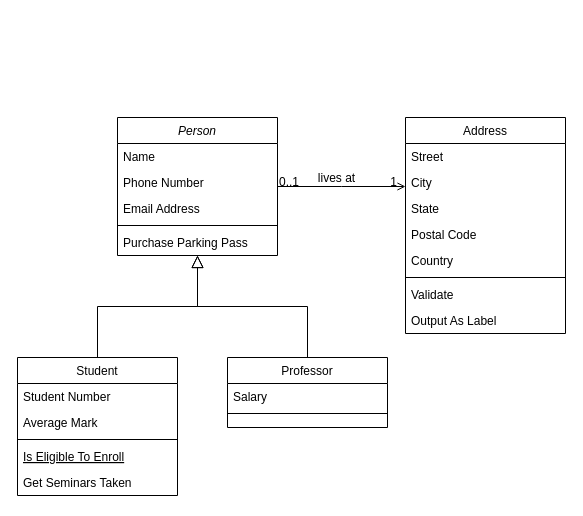
Above: Diagramme sans nom.drawio in Youpidhou/Fortis_Bank (draw.io), before the change. Source tidied: cells renumbered, new cells numbered last; positions are measured from the earlier drawing's top-left corner, leaving out a move shared by most shapes. Both pictures are drawn from the tidied source at 100%, with x=0, y=0 at pixel (17, 117).
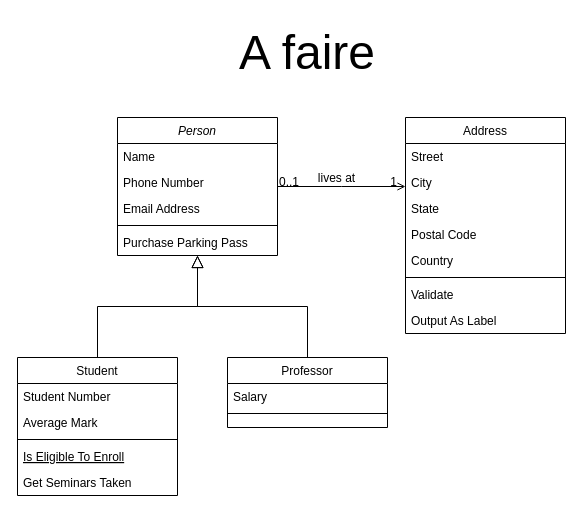
After the change.

What changed in the source:
```diff
@@
+    <mxCell id="32" value="&lt;font style=&quot;font-size: 48px;&quot;&gt;A faire&lt;/font&gt;" style="text;html=1;strokeColor=none;fillColor=none;align=center;verticalAlign=middle;whiteSpace=wrap;rounded=0;" parent="1" vertex="1">
+      <mxGeometry x="187" y="-100" width="206" height="70" as="geometry" />
+    </mxCell>
```
